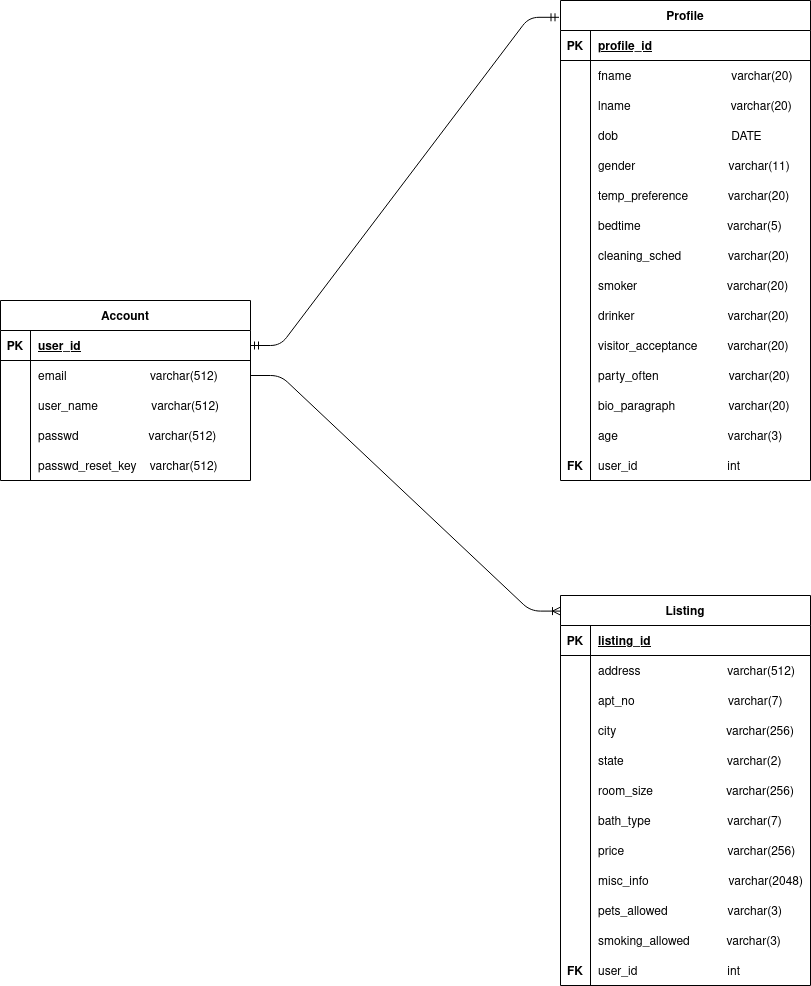
Earlier version of the draw.io export docs/database/database_schema.png (JackValladares/ApartmentApplication). Source tidied: cells renumbered, new cells last; positions are measured from the earlier drawing's top-left corner, leaving out a move shared by most shapes.
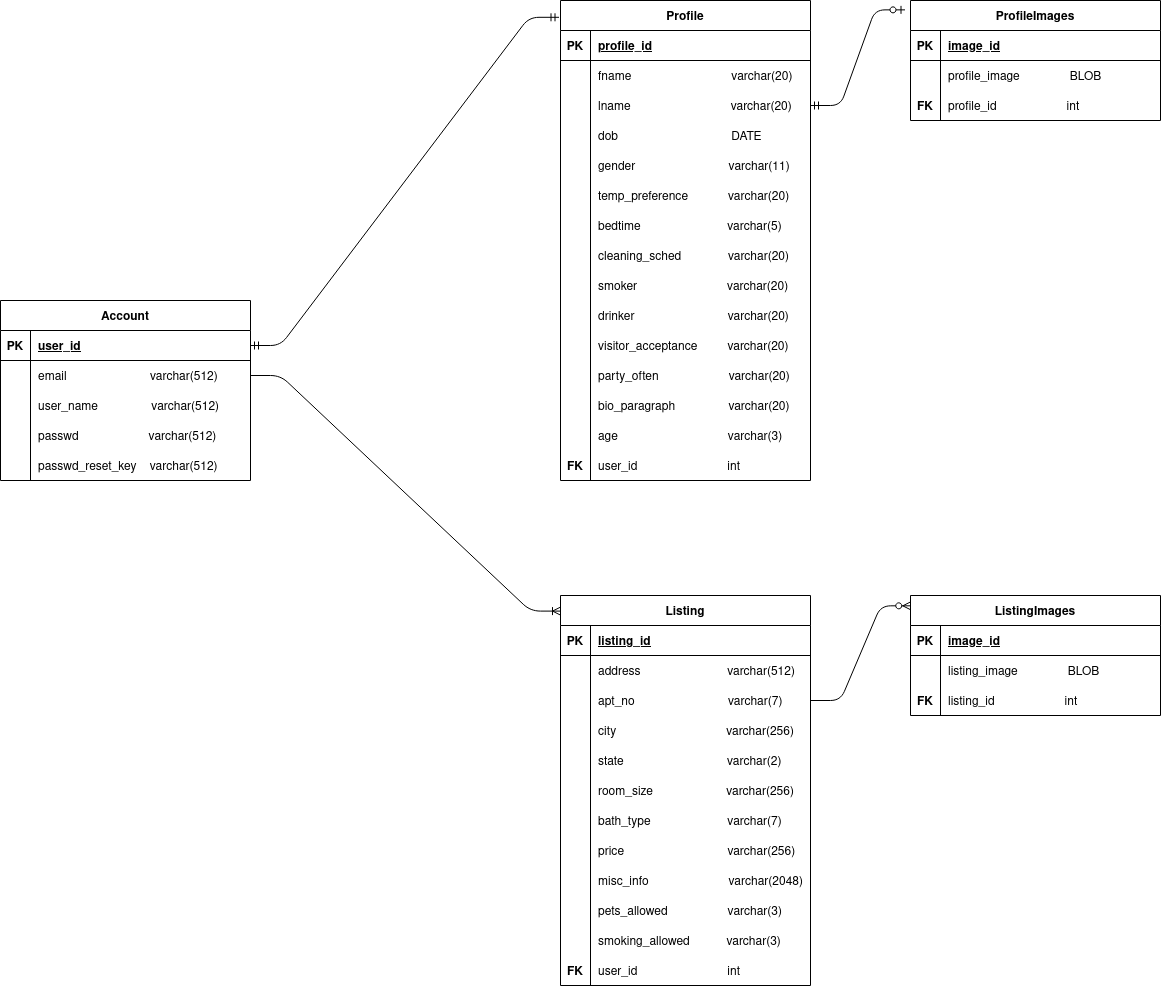
After the change.

The edit, as a diff of the source:
```diff
@@ -305,5 +305,71 @@
     <mxCell id="102" style="edgeStyle=entityRelationEdgeStyle;fontSize=12;html=1;endArrow=ERmandOne;startArrow=ERmandOne;entryX=-0.006;entryY=0.035;entryDx=0;entryDy=0;entryPerimeter=0;exitX=1;exitY=0.5;exitDx=0;exitDy=0;" parent="1" edge="1" source="3" target="56">
       <mxGeometry relative="1" as="geometry" />
     </mxCell>
+    <mxCell id="103" value="ProfileImages" style="shape=table;startSize=30;rowLines=0;fontStyle=1;align=center;" parent="1" vertex="1">
+      <mxGeometry x="910" width="250" height="120" as="geometry" />
+    </mxCell>
+    <mxCell id="104" style="shape=partialRectangle;fillColor=none;top=0;left=0;right=0;bottom=1;" parent="103" vertex="1">
+      <mxGeometry y="30" width="250" height="30" as="geometry" />
+    </mxCell>
+    <mxCell id="105" value="PK" style="shape=partialRectangle;overflow=hidden;fillColor=none;top=0;left=0;bottom=0;right=0;fontStyle=1;" parent="104" vertex="1">
+      <mxGeometry width="30" height="30" as="geometry" />
+    </mxCell>
+    <mxCell id="106" value="image_id" style="shape=partialRectangle;overflow=hidden;fillColor=none;top=0;left=0;bottom=0;right=0;align=left;spacingLeft=6;fontStyle=5;labelBackgroundColor=none;" parent="104" vertex="1">
+      <mxGeometry x="30" width="220" height="30" as="geometry" />
+    </mxCell>
+    <mxCell id="107" style="shape=partialRectangle;fillColor=none;top=0;left=0;right=0;bottom=0;" parent="103" vertex="1">
+      <mxGeometry y="60" width="250" height="30" as="geometry" />
+    </mxCell>
+    <mxCell id="108" style="shape=partialRectangle;overflow=hidden;fillColor=none;top=0;left=0;bottom=0;right=0;" parent="107" vertex="1">
+      <mxGeometry width="30" height="30" as="geometry" />
+    </mxCell>
+    <mxCell id="109" value="profile_image               BLOB" style="shape=partialRectangle;overflow=hidden;top=0;left=0;bottom=0;right=0;align=left;spacingLeft=6;verticalAlign=middle;fillColor=none;" parent="107" vertex="1">
+      <mxGeometry x="30" width="220" height="30" as="geometry" />
+    </mxCell>
+    <mxCell id="110" style="shape=partialRectangle;fillColor=none;top=0;left=0;bottom=0;right=0;" parent="103" vertex="1">
+      <mxGeometry y="90" width="250" height="30" as="geometry" />
+    </mxCell>
+    <mxCell id="111" value="FK" style="shape=partialRectangle;fillColor=none;top=0;left=0;bottom=0;right=0;overflow=hidden;fontStyle=1;" parent="110" vertex="1">
+      <mxGeometry width="30" height="30" as="geometry" />
+    </mxCell>
+    <mxCell id="112" value="profile_id                     int" style="shape=partialRectangle;fillColor=none;top=0;left=0;bottom=0;right=0;align=left;spacingLeft=6;overflow=hidden;" parent="110" vertex="1">
+      <mxGeometry x="30" width="220" height="30" as="geometry" />
+    </mxCell>
+    <mxCell id="113" value="ListingImages" style="shape=table;startSize=30;rowLines=0;fontStyle=1;align=center;" parent="1" vertex="1">
+      <mxGeometry x="910" y="595" width="250" height="120" as="geometry" />
+    </mxCell>
+    <mxCell id="114" style="shape=partialRectangle;fillColor=none;top=0;left=0;right=0;bottom=1;" parent="113" vertex="1">
+      <mxGeometry y="30" width="250" height="30" as="geometry" />
+    </mxCell>
+    <mxCell id="115" value="PK" style="shape=partialRectangle;overflow=hidden;fillColor=none;top=0;left=0;bottom=0;right=0;fontStyle=1;" parent="114" vertex="1">
+      <mxGeometry width="30" height="30" as="geometry" />
+    </mxCell>
+    <mxCell id="116" value="image_id" style="shape=partialRectangle;overflow=hidden;fillColor=none;top=0;left=0;bottom=0;right=0;align=left;spacingLeft=6;fontStyle=5;labelBackgroundColor=none;" parent="114" vertex="1">
+      <mxGeometry x="30" width="220" height="30" as="geometry" />
+    </mxCell>
+    <mxCell id="117" style="shape=partialRectangle;fillColor=none;top=0;left=0;right=0;bottom=0;" parent="113" vertex="1">
+      <mxGeometry y="60" width="250" height="30" as="geometry" />
+    </mxCell>
+    <mxCell id="118" style="shape=partialRectangle;overflow=hidden;fillColor=none;top=0;left=0;bottom=0;right=0;" parent="117" vertex="1">
+      <mxGeometry width="30" height="30" as="geometry" />
+    </mxCell>
+    <mxCell id="119" value="listing_image               BLOB" style="shape=partialRectangle;overflow=hidden;top=0;left=0;bottom=0;right=0;align=left;spacingLeft=6;verticalAlign=middle;fillColor=none;" parent="117" vertex="1">
+      <mxGeometry x="30" width="220" height="30" as="geometry" />
+    </mxCell>
+    <mxCell id="120" style="shape=partialRectangle;fillColor=none;top=0;left=0;bottom=0;right=0;" parent="113" vertex="1">
+      <mxGeometry y="90" width="250" height="30" as="geometry" />
+    </mxCell>
+    <mxCell id="121" value="FK" style="shape=partialRectangle;fillColor=none;top=0;left=0;bottom=0;right=0;overflow=hidden;fontStyle=1;" parent="120" vertex="1">
+      <mxGeometry width="30" height="30" as="geometry" />
+    </mxCell>
+    <mxCell id="122" value="listing_id                     int" style="shape=partialRectangle;fillColor=none;top=0;left=0;bottom=0;right=0;align=left;spacingLeft=6;overflow=hidden;" parent="120" vertex="1">
+      <mxGeometry x="30" width="220" height="30" as="geometry" />
+    </mxCell>
+    <mxCell id="123" style="edgeStyle=entityRelationEdgeStyle;fontSize=12;html=1;endArrow=ERzeroToOne;startArrow=ERmandOne;entryX=-0.022;entryY=0.078;entryDx=0;entryDy=0;entryPerimeter=0;exitX=1;exitY=0.5;exitDx=0;exitDy=0;" parent="1" edge="1" source="63" target="103">
+      <mxGeometry relative="1" as="geometry" />
+    </mxCell>
+    <mxCell id="124" style="edgeStyle=entityRelationEdgeStyle;fontSize=12;html=1;endArrow=ERzeroToMany;endFill=1;entryX=0.001;entryY=0.086;entryDx=0;entryDy=0;entryPerimeter=0;exitX=1;exitY=0.5;exitDx=0;exitDy=0;" parent="1" edge="1" source="25" target="113">
+      <mxGeometry relative="1" as="geometry" />
+    </mxCell>
   </root>
 </mxGraphModel>
```
